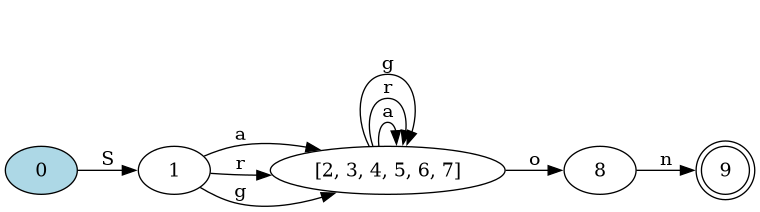
This is Min-DFA.png from Daniel-Sima/Clone-of-the-egrep-UNIX-command, a Graphviz export, as it was before one commit. Its source is kept beside it as Min-DFA.dot. Its diagram source:
```dot
digraph {
	rankdir=LR;

	9 [shape=doublecircle]
	0 [style=filled, fillcolor="lightblue"]

	0->1 [label= "S"];
	8->9 [label= "n"];
	1->"[2, 3, 4, 5, 6, 7]" [label= "a"];
	1->"[2, 3, 4, 5, 6, 7]" [label= "r"];
	1->"[2, 3, 4, 5, 6, 7]" [label= "g"];
	"[2, 3, 4, 5, 6, 7]"->"[2, 3, 4, 5, 6, 7]" [label= "a"];
	"[2, 3, 4, 5, 6, 7]"->"[2, 3, 4, 5, 6, 7]" [label= "r"];
	"[2, 3, 4, 5, 6, 7]"->"[2, 3, 4, 5, 6, 7]" [label= "g"];
	"[2, 3, 4, 5, 6, 7]"->8 [label= "o"];
}
```
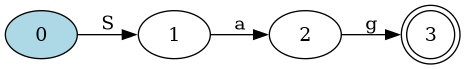
After the change.

Change to the diagram source:
```diff
@@ -1,16 +1,10 @@
 digraph {
 	rankdir=LR;
 
-	9 [shape=doublecircle]
+	3 [shape=doublecircle]
 	0 [style=filled, fillcolor="lightblue"]
 
 	0->1 [label= "S"];
-	8->9 [label= "n"];
-	1->"[2, 3, 4, 5, 6, 7]" [label= "a"];
-	1->"[2, 3, 4, 5, 6, 7]" [label= "r"];
-	1->"[2, 3, 4, 5, 6, 7]" [label= "g"];
-	"[2, 3, 4, 5, 6, 7]"->"[2, 3, 4, 5, 6, 7]" [label= "a"];
-	"[2, 3, 4, 5, 6, 7]"->"[2, 3, 4, 5, 6, 7]" [label= "r"];
-	"[2, 3, 4, 5, 6, 7]"->"[2, 3, 4, 5, 6, 7]" [label= "g"];
-	"[2, 3, 4, 5, 6, 7]"->8 [label= "o"];
+	1->2 [label= "a"];
+	2->3 [label= "g"];
 }
```
